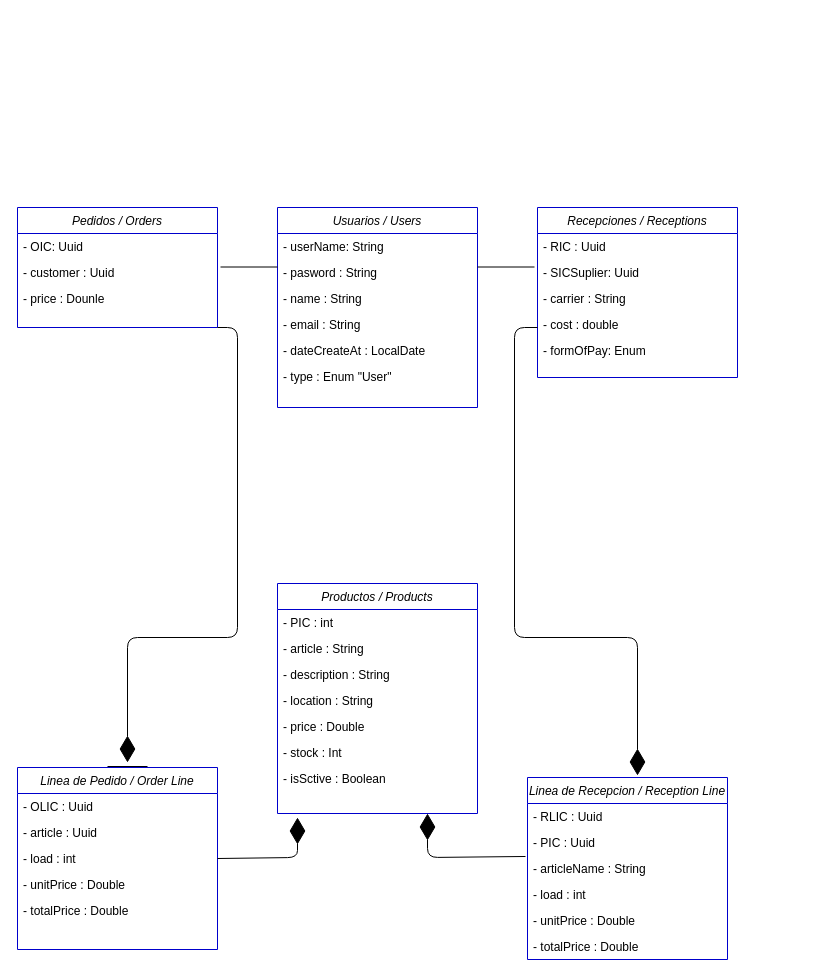
Earlier version of the draw.io diagram Documentación/diagrama de clases/DiagramaDeClases.drawio (idanirf/GADAM). Source tidied: cells renumbered, new cells numbered last; positions are measured from the earlier drawing's top-left corner, leaving out a move shared by most shapes. Both pictures are drawn from the tidied source at 100%, with x=0, y=0 at pixel (17, 207).
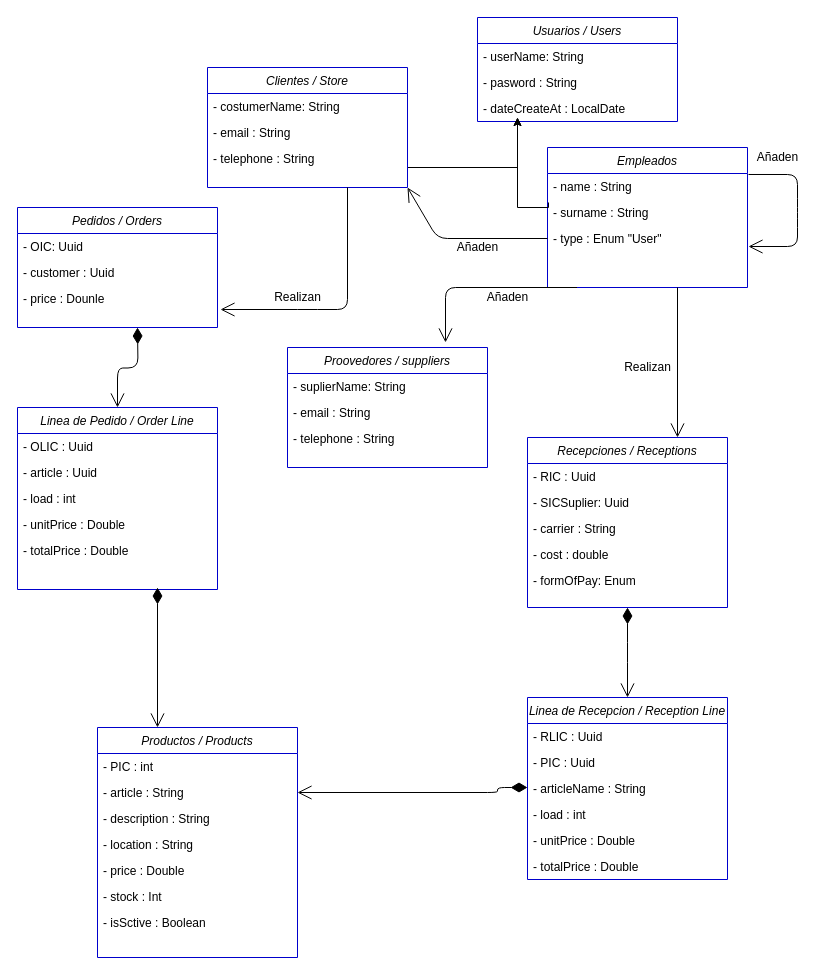
Above is the later version.

Commit message (it also covers changes not shown here):
Diagrama de clases, casos de uso

Unchanged cells that the change refers to:
```xml
<mxCell id="2" value="Pedidos / Orders" style="swimlane;fontStyle=2;align=center;verticalAlign=top;horizontal=1;startSize=26;rounded=0;shadow=0;strokeWidth=1;fillColor=#FFFFFF;strokeColor=#0000CC;" parent="1" vertex="1">
  <mxGeometry width="200" height="120" as="geometry" />
</mxCell>
<mxCell id="5" value="- price : Dounle" style="text;align=left;verticalAlign=top;spacingLeft=4;spacingRight=4;overflow=hidden;points=[[0,0.5],[1,0.5]];portConstraint=eastwest;rounded=0;shadow=0;html=0;" parent="2" vertex="1">
  <mxGeometry y="78" width="200" height="26" as="geometry" />
</mxCell>
<mxCell id="8" value="- article : String" style="text;align=left;verticalAlign=top;spacingLeft=4;spacingRight=4;overflow=hidden;points=[[0,0.5],[1,0.5]];portConstraint=eastwest;rounded=0;shadow=0;html=0;" parent="6" vertex="1">
  <mxGeometry y="52" width="200" height="26" as="geometry" />
</mxCell>
<mxCell id="23" value="- articleName : String" style="text;align=left;verticalAlign=top;spacingLeft=4;spacingRight=4;overflow=hidden;points=[[0,0.5],[1,0.5]];portConstraint=eastwest;rounded=0;shadow=0;html=0;" parent="20" vertex="1">
  <mxGeometry y="78" width="200" height="26" as="geometry" />
</mxCell>
<mxCell id="30" value="- load : int" style="text;align=left;verticalAlign=top;spacingLeft=4;spacingRight=4;overflow=hidden;points=[[0,0.5],[1,0.5]];portConstraint=eastwest;rounded=0;shadow=0;html=0;" parent="27" vertex="1">
  <mxGeometry y="78" width="200" height="26" as="geometry" />
</mxCell>
```

Diff of the diagram source:
```diff
@@
     <mxCell id="6" value="Productos / Products" style="swimlane;fontStyle=2;align=center;verticalAlign=top;horizontal=1;startSize=26;rounded=0;shadow=0;strokeWidth=1;fillColor=#FFFFFF;strokeColor=#0000CC;" parent="1" vertex="1">
-      <mxGeometry x="260" y="376" width="200" height="230" as="geometry" />
+      <mxGeometry x="80" y="520" width="200" height="230" as="geometry" />
     </mxCell>
@@
     <mxCell id="14" value="Recepciones / Receptions" style="swimlane;fontStyle=2;align=center;verticalAlign=top;horizontal=1;startSize=26;rounded=0;shadow=0;strokeWidth=1;fillColor=#FFFFFF;strokeColor=#0000CC;" parent="1" vertex="1">
-      <mxGeometry x="520" width="200" height="170" as="geometry" />
+      <mxGeometry x="510" y="230" width="200" height="170" as="geometry" />
     </mxCell>
@@
     <mxCell id="20" value="Linea de Recepcion / Reception Line" style="swimlane;fontStyle=2;align=center;verticalAlign=top;horizontal=1;startSize=26;rounded=0;shadow=0;strokeWidth=1;fillColor=#FFFFFF;strokeColor=#0000CC;" parent="1" vertex="1">
-      <mxGeometry x="510" y="570" width="200" height="182" as="geometry" />
+      <mxGeometry x="510" y="490" width="200" height="182" as="geometry" />
     </mxCell>
@@
     <mxCell id="27" value="Linea de Pedido / Order Line" style="swimlane;fontStyle=2;align=center;verticalAlign=top;horizontal=1;startSize=26;rounded=0;shadow=0;strokeWidth=1;fillColor=#FFFFFF;strokeColor=#0000CC;" parent="1" vertex="1">
-      <mxGeometry y="560" width="200" height="182" as="geometry" />
+      <mxGeometry y="200" width="200" height="182" as="geometry" />
     </mxCell>
@@
-    <mxCell id="33" value="Usuarios / Users" style="swimlane;fontStyle=2;align=center;verticalAlign=top;horizontal=1;startSize=26;rounded=0;shadow=0;strokeWidth=1;fillColor=#FFFFFF;strokeColor=#0000CC;" parent="1" vertex="1">
-      <mxGeometry x="260" width="200" height="200" as="geometry" />
+    <mxCell id="33" value="Empleados" style="swimlane;fontStyle=2;align=center;verticalAlign=top;horizontal=1;startSize=26;rounded=0;shadow=0;strokeWidth=1;fillColor=#FFFFFF;strokeColor=#0000CC;" parent="1" vertex="1">
+      <mxGeometry x="530" y="-60" width="200" height="140" as="geometry" />
     </mxCell>
+    <mxCell id="36" value="- name : String" style="text;align=left;verticalAlign=top;spacingLeft=4;spacingRight=4;overflow=hidden;points=[[0,0.5],[1,0.5]];portConstraint=eastwest;rounded=0;shadow=0;html=0;" parent="33" vertex="1">
+      <mxGeometry y="26" width="200" height="26" as="geometry" />
+    </mxCell>
+    <mxCell id="37" value="- surname : String" style="text;align=left;verticalAlign=top;spacingLeft=4;spacingRight=4;overflow=hidden;points=[[0,0.5],[1,0.5]];portConstraint=eastwest;rounded=0;shadow=0;html=0;" parent="33" vertex="1">
+      <mxGeometry y="52" width="200" height="26" as="geometry" />
+    </mxCell>
+    <mxCell id="39" value="- type : Enum &quot;User&quot;" style="text;align=left;verticalAlign=top;spacingLeft=4;spacingRight=4;overflow=hidden;points=[[0,0.5],[1,0.5]];portConstraint=eastwest;rounded=0;shadow=0;html=0;" parent="33" vertex="1">
+      <mxGeometry y="78" width="200" height="26" as="geometry" />
+    </mxCell>
+    <mxCell id="47" style="endArrow=open;endFill=1;endSize=12;html=1;entryX=1.005;entryY=0.808;entryDx=0;entryDy=0;entryPerimeter=0;exitX=1.005;exitY=0.038;exitDx=0;exitDy=0;exitPerimeter=0;" parent="33" edge="1" source="36" target="39">
+      <mxGeometry relative="1" as="geometry">
+        <Array as="points">
+          <mxPoint x="250" y="27" />
+          <mxPoint x="250" y="50" />
+          <mxPoint x="250" y="70" />
+          <mxPoint x="250" y="99" />
+        </Array>
+      </mxGeometry>
+    </mxCell>
+    <mxCell id="48" style="endArrow=open;html=1;endSize=12;startArrow=diamondThin;startSize=14;startFill=1;edgeStyle=orthogonalEdgeStyle;align=left;verticalAlign=bottom;entryX=0.5;entryY=0;entryDx=0;entryDy=0;" parent="1" edge="1" target="27">
+      <mxGeometry x="-0.56" y="-14" relative="1" as="geometry">
+        <mxPoint x="120" y="120" as="sourcePoint" />
+      </mxGeometry>
+    </mxCell>
+    <mxCell id="49" style="endArrow=open;html=1;endSize=12;startArrow=diamondThin;startSize=14;startFill=1;edgeStyle=orthogonalEdgeStyle;align=left;verticalAlign=bottom;exitX=0.5;exitY=1;exitDx=0;exitDy=0;" parent="1" edge="1" source="14">
+      <mxGeometry x="0.11" y="170" relative="1" as="geometry">
+        <mxPoint x="610" y="490" as="targetPoint" />
+      </mxGeometry>
+    </mxCell>
+    <mxCell id="50" value="Usuarios / Users" style="swimlane;fontStyle=2;align=center;verticalAlign=top;horizontal=1;startSize=26;rounded=0;shadow=0;strokeWidth=1;fillColor=#FFFFFF;strokeColor=#0000CC;" parent="1" vertex="1">
+      <mxGeometry x="460" y="-190" width="200" height="104" as="geometry" />
+    </mxCell>
-    <mxCell id="34" value="- userName: String" style="text;align=left;verticalAlign=top;spacingLeft=4;spacingRight=4;overflow=hidden;" parent="33" vertex="1">
+    <mxCell id="34" value="- userName: String" style="text;align=left;verticalAlign=top;spacingLeft=4;spacingRight=4;overflow=hidden;" parent="50" vertex="1">
       <mxGeometry y="26" width="200" height="26" as="geometry" />
     </mxCell>
-    <mxCell id="35" value="- pasword : String" style="text;align=left;verticalAlign=top;spacingLeft=4;spacingRight=4;overflow=hidden;rounded=0;shadow=0;html=0;" parent="33" vertex="1">
+    <mxCell id="35" value="- pasword : String" style="text;align=left;verticalAlign=top;spacingLeft=4;spacingRight=4;overflow=hidden;rounded=0;shadow=0;html=0;" parent="50" vertex="1">
       <mxGeometry y="52" width="200" height="26" as="geometry" />
     </mxCell>
-    <mxCell id="36" value="- name : String" style="text;align=left;verticalAlign=top;spacingLeft=4;spacingRight=4;overflow=hidden;points=[[0,0.5],[1,0.5]];portConstraint=eastwest;rounded=0;shadow=0;html=0;" parent="33" vertex="1">
-      <mxGeometry y="78" width="200" height="26" as="geometry" />
-    </mxCell>
-    <mxCell id="37" value="- email : String" style="text;align=left;verticalAlign=top;spacingLeft=4;spacingRight=4;overflow=hidden;points=[[0,0.5],[1,0.5]];portConstraint=eastwest;rounded=0;shadow=0;html=0;" parent="33" vertex="1">
-      <mxGeometry y="104" width="200" height="26" as="geometry" />
-    </mxCell>
-    <mxCell id="38" value="- dateCreateAt : LocalDate" style="text;align=left;verticalAlign=top;spacingLeft=4;spacingRight=4;overflow=hidden;rounded=0;shadow=0;html=0;" parent="33" vertex="1">
-      <mxGeometry y="130" width="200" height="26" as="geometry" />
+    <mxCell id="38" value="- dateCreateAt : LocalDate" style="text;align=left;verticalAlign=top;spacingLeft=4;spacingRight=4;overflow=hidden;rounded=0;shadow=0;html=0;" parent="50" vertex="1">
+      <mxGeometry y="78" width="200" height="26" as="geometry" />
     </mxCell>
-    <mxCell id="39" value="- type : Enum &quot;User&quot;" style="text;align=left;verticalAlign=top;spacingLeft=4;spacingRight=4;overflow=hidden;points=[[0,0.5],[1,0.5]];portConstraint=eastwest;rounded=0;shadow=0;html=0;" parent="33" vertex="1">
-      <mxGeometry y="156" width="200" height="26" as="geometry" />
-    </mxCell>
-    <mxCell id="40" style="endArrow=none;html=1;exitX=1;exitY=-0.192;exitDx=0;exitDy=0;exitPerimeter=0;" parent="1" edge="1">
-      <mxGeometry relative="1" as="geometry">
-        <mxPoint x="460" y="59.5" as="sourcePoint" />
-        <mxPoint x="517" y="59.5" as="targetPoint" />
-      </mxGeometry>
-    </mxCell>
-    <mxCell id="41" style="endArrow=diamondThin;endFill=1;endSize=24;html=1;exitX=1;exitY=1;exitDx=0;exitDy=0;" parent="1" edge="1" source="2" target="42">
-      <mxGeometry relative="1" as="geometry">
-        <Array as="points">
-          <mxPoint x="220" y="120" />
-          <mxPoint x="220" y="430" />
-          <mxPoint x="110" y="430" />
-        </Array>
-      </mxGeometry>
-    </mxCell>
-    <mxCell id="42" style="line;strokeWidth=1;fillColor=none;align=left;verticalAlign=middle;spacingTop=-1;spacingLeft=3;spacingRight=3;labelPosition=right;points=[];portConstraint=eastwest;" parent="1" vertex="1">
-      <mxGeometry x="90" y="555" width="40" height="8" as="geometry" />
-    </mxCell>
-    <mxCell id="43" style="endArrow=none;html=1;exitX=1;exitY=-0.192;exitDx=0;exitDy=0;exitPerimeter=0;" parent="1" edge="1">
-      <mxGeometry relative="1" as="geometry">
-        <mxPoint x="203" y="59.5" as="sourcePoint" />
-        <mxPoint x="260" y="59.5" as="targetPoint" />
-      </mxGeometry>
-    </mxCell>
-    <mxCell id="44" style="endArrow=diamondThin;endFill=1;endSize=24;html=1;" parent="1" edge="1">
-      <mxGeometry relative="1" as="geometry">
-        <mxPoint x="520" y="120" as="sourcePoint" />
-        <mxPoint x="620" y="568" as="targetPoint" />
-        <Array as="points">
-          <mxPoint x="497" y="120" />
-          <mxPoint x="497" y="430" />
-          <mxPoint x="620" y="430" />
-        </Array>
-      </mxGeometry>
-    </mxCell>
-    <mxCell id="45" style="endArrow=diamondThin;endFill=1;endSize=24;html=1;exitX=1;exitY=0.5;exitDx=0;exitDy=0;" parent="1" edge="1" source="30">
-      <mxGeometry relative="1" as="geometry">
-        <mxPoint x="280" y="610" as="targetPoint" />
-        <Array as="points">
-          <mxPoint x="280" y="650" />
-        </Array>
-      </mxGeometry>
-    </mxCell>
-    <mxCell id="46" style="endArrow=diamondThin;endFill=1;endSize=24;html=1;exitX=-0.01;exitY=0.038;exitDx=0;exitDy=0;entryX=0.75;entryY=1;entryDx=0;entryDy=0;exitPerimeter=0;" parent="1" edge="1" source="23" target="6">
-      <mxGeometry relative="1" as="geometry">
-        <Array as="points">
-          <mxPoint x="410" y="650" />
-        </Array>
-      </mxGeometry>
-    </mxCell>
+    <mxCell id="51" style="edgeStyle=orthogonalEdgeStyle;rounded=0;jettySize=auto;html=1;" parent="1" edge="1" source="52">
+      <mxGeometry relative="1" as="geometry">
+        <mxPoint x="500" y="-90" as="targetPoint" />
+        <Array as="points">
+          <mxPoint x="500" y="-40" />
+        </Array>
+      </mxGeometry>
+    </mxCell>
+    <mxCell id="52" value="Clientes / Store" style="swimlane;fontStyle=2;align=center;verticalAlign=top;horizontal=1;startSize=26;rounded=0;shadow=0;strokeWidth=1;fillColor=#FFFFFF;strokeColor=#0000CC;" parent="1" vertex="1">
+      <mxGeometry x="190" y="-140" width="200" height="120" as="geometry" />
+    </mxCell>
+    <mxCell id="53" value="- costumerName: String" style="text;align=left;verticalAlign=top;spacingLeft=4;spacingRight=4;overflow=hidden;" parent="52" vertex="1">
+      <mxGeometry y="26" width="200" height="26" as="geometry" />
+    </mxCell>
+    <mxCell id="54" value="- email : String" style="text;align=left;verticalAlign=top;spacingLeft=4;spacingRight=4;overflow=hidden;rounded=0;shadow=0;html=0;" parent="52" vertex="1">
+      <mxGeometry y="52" width="200" height="26" as="geometry" />
+    </mxCell>
+    <mxCell id="55" value="- telephone : String" style="text;align=left;verticalAlign=top;spacingLeft=4;spacingRight=4;overflow=hidden;rounded=0;shadow=0;html=0;" parent="52" vertex="1">
+      <mxGeometry y="78" width="200" height="26" as="geometry" />
+    </mxCell>
+    <mxCell id="56" style="edgeStyle=orthogonalEdgeStyle;rounded=0;jettySize=auto;html=1;exitX=0.005;exitY=0.115;exitDx=0;exitDy=0;exitPerimeter=0;" parent="1" edge="1" source="37">
+      <mxGeometry relative="1" as="geometry">
+        <mxPoint x="500" y="-90" as="targetPoint" />
+        <Array as="points">
+          <mxPoint x="531" />
+          <mxPoint x="500" />
+        </Array>
+      </mxGeometry>
+    </mxCell>
+    <mxCell id="57" style="endArrow=open;html=1;endSize=12;startArrow=diamondThin;startSize=14;startFill=1;edgeStyle=orthogonalEdgeStyle;align=left;verticalAlign=bottom;" parent="1" edge="1">
+      <mxGeometry x="-0.56" y="-14" relative="1" as="geometry">
+        <mxPoint x="140" y="380" as="sourcePoint" />
+        <mxPoint x="140" y="520" as="targetPoint" />
+      </mxGeometry>
+    </mxCell>
+    <mxCell id="58" style="endArrow=open;html=1;endSize=12;startArrow=diamondThin;startSize=14;startFill=1;edgeStyle=orthogonalEdgeStyle;align=left;verticalAlign=bottom;entryX=1;entryY=0.5;entryDx=0;entryDy=0;" parent="1" edge="1" target="8">
+      <mxGeometry x="-0.56" y="-14" relative="1" as="geometry">
+        <mxPoint x="510" y="580" as="sourcePoint" />
+        <Array as="points">
+          <mxPoint x="480" y="580" />
+          <mxPoint x="480" y="585" />
+        </Array>
+      </mxGeometry>
+    </mxCell>
+    <mxCell id="59" style="endArrow=open;endFill=1;endSize=12;html=1;entryX=0.75;entryY=0;entryDx=0;entryDy=0;" parent="1" edge="1" target="14">
+      <mxGeometry relative="1" as="geometry">
+        <mxPoint x="660" y="80" as="sourcePoint" />
+      </mxGeometry>
+    </mxCell>
+    <mxCell id="60" style="endArrow=open;endFill=1;endSize=12;html=1;entryX=1.015;entryY=0.923;entryDx=0;entryDy=0;entryPerimeter=0;" parent="1" edge="1" target="5">
+      <mxGeometry relative="1" as="geometry">
+        <mxPoint x="330" y="-20" as="sourcePoint" />
+        <Array as="points">
+          <mxPoint x="330" y="102" />
+          <mxPoint x="290" y="102" />
+        </Array>
+      </mxGeometry>
+    </mxCell>
+    <mxCell id="61" value="Realizan" style="text;html=1;align=center;verticalAlign=middle;strokeColor=none;fillColor=none;" parent="1" vertex="1">
+      <mxGeometry x="600" y="150" width="60" height="20" as="geometry" />
+    </mxCell>
+    <mxCell id="62" value="Realizan" style="text;html=1;align=center;verticalAlign=middle;strokeColor=none;fillColor=none;" parent="1" vertex="1">
+      <mxGeometry x="250" y="80" width="60" height="20" as="geometry" />
+    </mxCell>
+    <mxCell id="63" value="Proovedores / suppliers" style="swimlane;fontStyle=2;align=center;verticalAlign=top;horizontal=1;startSize=26;rounded=0;shadow=0;strokeWidth=1;fillColor=#FFFFFF;strokeColor=#0000CC;" parent="1" vertex="1">
+      <mxGeometry x="270" y="140" width="200" height="120" as="geometry" />
+    </mxCell>
+    <mxCell id="64" value="- suplierName: String" style="text;align=left;verticalAlign=top;spacingLeft=4;spacingRight=4;overflow=hidden;" parent="63" vertex="1">
+      <mxGeometry y="26" width="200" height="26" as="geometry" />
+    </mxCell>
+    <mxCell id="65" value="- email : String" style="text;align=left;verticalAlign=top;spacingLeft=4;spacingRight=4;overflow=hidden;rounded=0;shadow=0;html=0;" parent="63" vertex="1">
+      <mxGeometry y="52" width="200" height="26" as="geometry" />
+    </mxCell>
+    <mxCell id="66" value="- telephone : String" style="text;align=left;verticalAlign=top;spacingLeft=4;spacingRight=4;overflow=hidden;rounded=0;shadow=0;html=0;" parent="63" vertex="1">
+      <mxGeometry y="78" width="200" height="26" as="geometry" />
+    </mxCell>
+    <mxCell id="67" style="endArrow=open;endFill=1;endSize=12;html=1;entryX=0.79;entryY=-0.042;entryDx=0;entryDy=0;entryPerimeter=0;" parent="1" edge="1" target="63">
+      <mxGeometry relative="1" as="geometry">
+        <mxPoint x="559.5" y="80" as="sourcePoint" />
+        <Array as="points">
+          <mxPoint x="428" y="80" />
+        </Array>
+      </mxGeometry>
+    </mxCell>
+    <mxCell id="68" value="Añaden" style="text;html=1;align=center;verticalAlign=middle;strokeColor=none;fillColor=none;" parent="1" vertex="1">
+      <mxGeometry x="460" y="80" width="60" height="20" as="geometry" />
+    </mxCell>
+    <mxCell id="69" value="Añaden" style="text;html=1;align=center;verticalAlign=middle;strokeColor=none;fillColor=none;" parent="1" vertex="1">
+      <mxGeometry x="730" y="-60" width="60" height="20" as="geometry" />
+    </mxCell>
+    <mxCell id="70" value="Añaden" style="text;html=1;align=center;verticalAlign=middle;strokeColor=none;fillColor=none;" parent="1" vertex="1">
+      <mxGeometry x="430" y="30" width="60" height="20" as="geometry" />
+    </mxCell>
+    <mxCell id="71" style="endArrow=open;endFill=1;endSize=12;html=1;entryX=1;entryY=1;entryDx=0;entryDy=0;exitX=0;exitY=0.5;exitDx=0;exitDy=0;" parent="1" edge="1" source="39" target="52">
+      <mxGeometry relative="1" as="geometry">
+        <Array as="points">
+          <mxPoint x="420" y="31" />
+        </Array>
+      </mxGeometry>
+    </mxCell>
```
